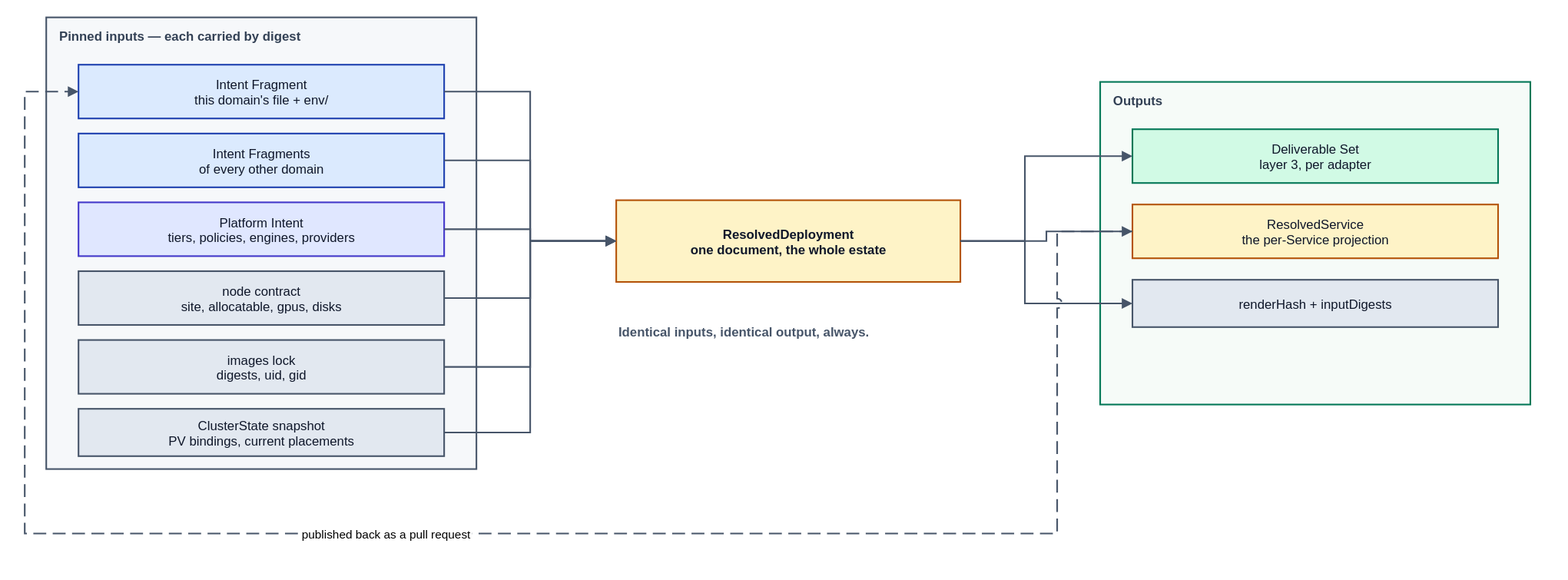
The draw.io diagram spec/v1/diagrams/20-resolved-deployment-io.drawio.svg in JorisJonkers-dev/deploy-kit, before a commit. Source tidied: cells renumbered, new cells last; positions are measured from the earlier drawing's top-left corner, leaving out a move shared by most shapes.
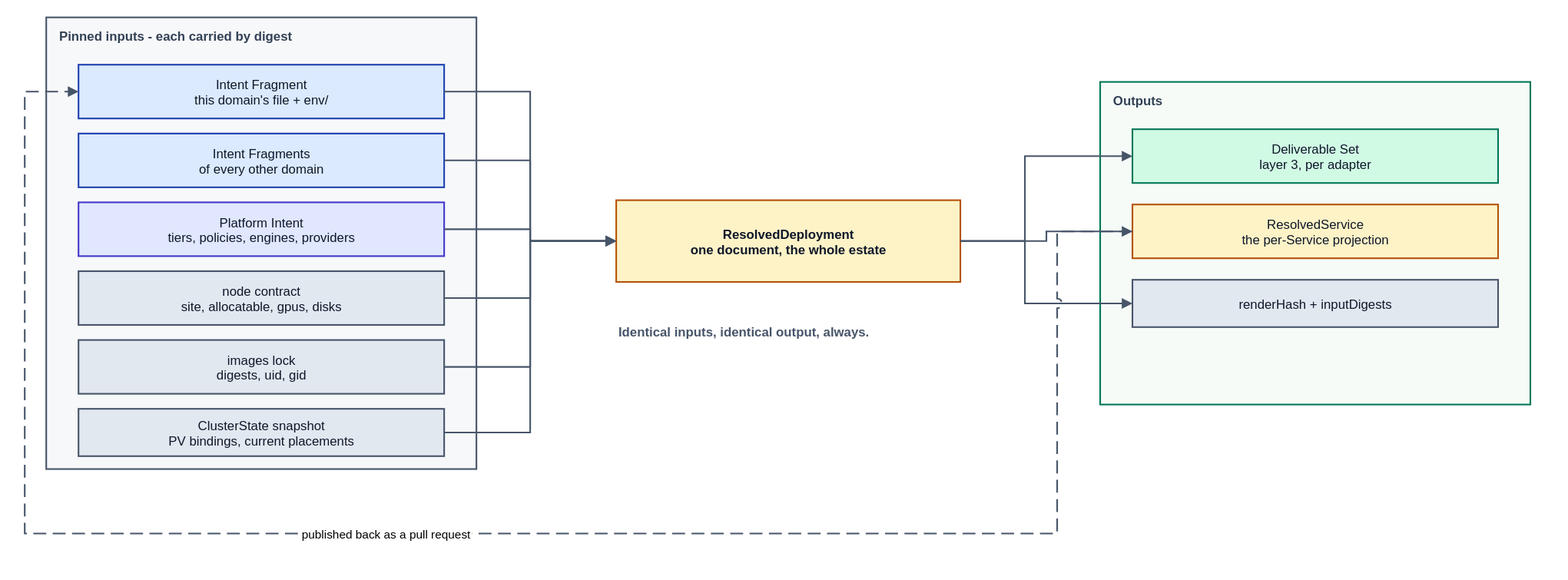
The same file after the commit.

Diff of the diagram source:
```diff
@@ -2,7 +2,7 @@
   <root>
     <mxCell id="0" />
     <mxCell id="1" parent="0" />
-    <mxCell id="2" value="Pinned inputs  —  each carried by digest" style="rounded=0;whiteSpace=nowrap;html=0;fillColor=#f6f8fa;strokeColor=#475569;strokeWidth=1.5;verticalAlign=top;align=left;spacingLeft=10;spacingTop=4;fontStyle=1;fontSize=12;fontFamily=Helvetica;fontColor=#334155;" parent="1" vertex="1">
+    <mxCell id="2" value="Pinned inputs - each carried by digest" style="rounded=0;whiteSpace=nowrap;html=0;fillColor=#f6f8fa;strokeColor=#475569;strokeWidth=1.5;verticalAlign=top;align=left;spacingLeft=10;spacingTop=4;fontStyle=1;fontSize=12;fontFamily=Helvetica;fontColor=#334155;" parent="1" vertex="1">
       <mxGeometry x="20" width="400" height="420" as="geometry" />
     </mxCell>
     <mxCell id="3" value="Outputs" style="rounded=0;whiteSpace=nowrap;html=0;fillColor=#f6fbf8;strokeColor=#047857;strokeWidth=1.5;verticalAlign=top;align=left;spacingLeft=10;spacingTop=4;fontStyle=1;fontSize=12;fontFamily=Helvetica;fontColor=#334155;" parent="1" vertex="1">
```
